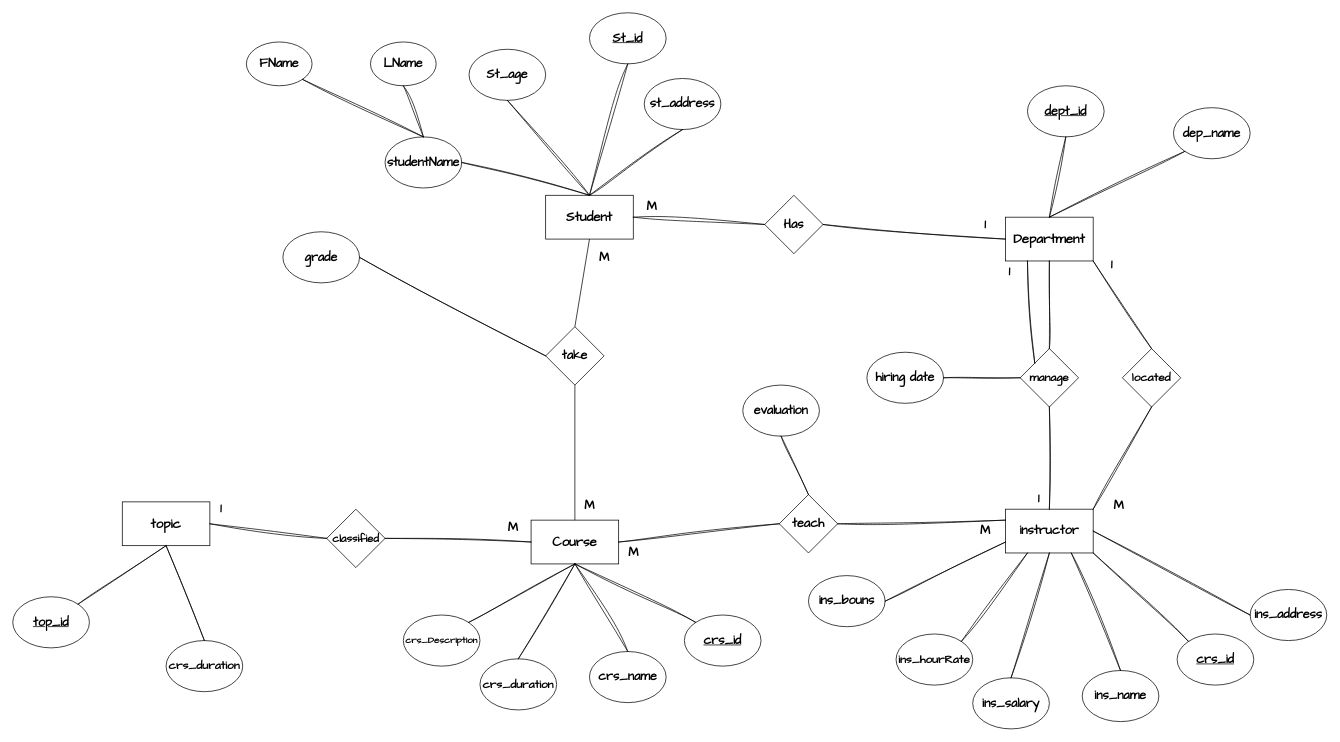
The draw.io diagram Erd1.drawio in you22ef/ERDs, before the edit. Source tidied: cells renumbered, new cells numbered last; positions are measured from the earlier drawing's top-left corner, leaving out a move shared by most shapes. Both pictures are drawn from the tidied source at 73%, with x=0, y=0 at pixel (12, 12).
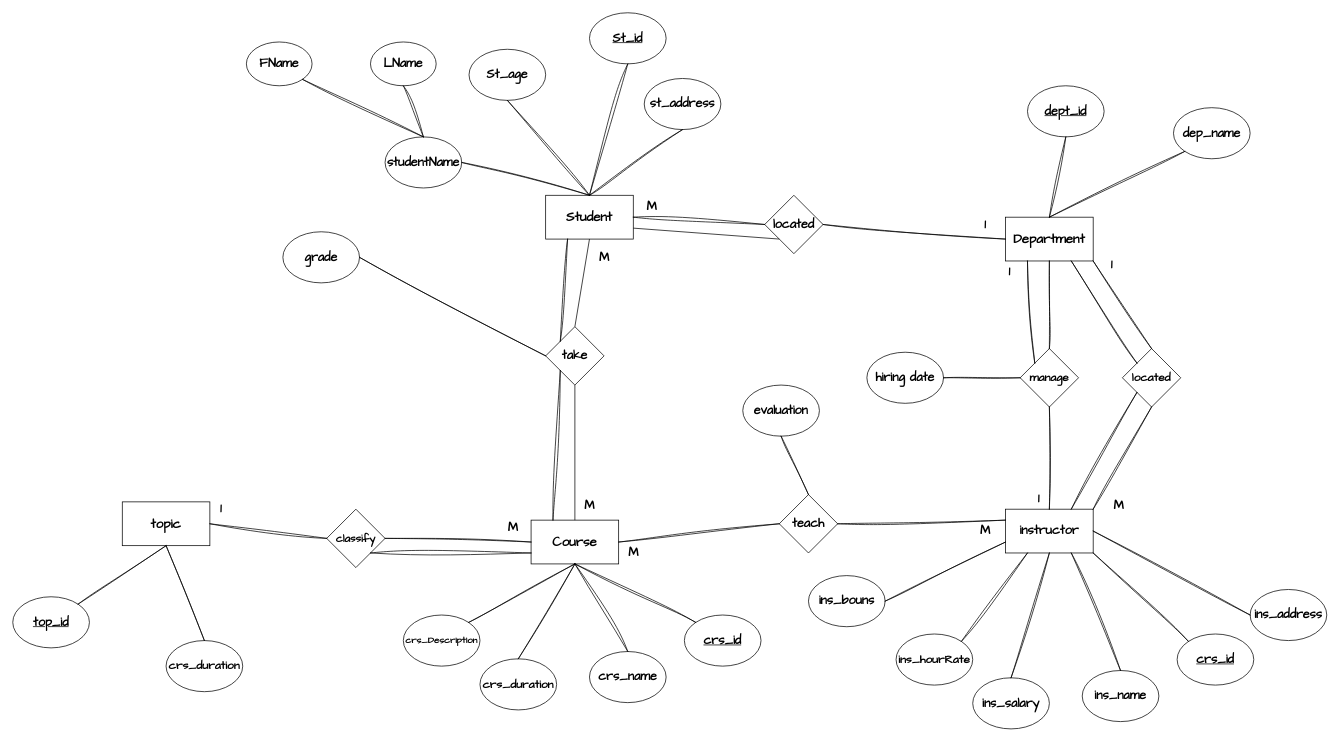
Above is the later version.

The change refers to these unchanged cells:
```xml
<mxCell id="2" value="&lt;font face=&quot;Architects Daughter&quot; style=&quot;font-size: 18px;&quot;&gt;&lt;b&gt;Student&lt;/b&gt;&lt;/font&gt;" style="rounded=0;whiteSpace=wrap;html=1;" parent="1" vertex="1">
  <mxGeometry x="730" y="250" width="120" height="60" as="geometry" />
</mxCell>
<mxCell id="3" value="&lt;font face=&quot;Architects Daughter&quot; style=&quot;font-size: 18px;&quot;&gt;&lt;b&gt;Department&lt;/b&gt;&lt;/font&gt;" style="rounded=0;whiteSpace=wrap;html=1;" parent="1" vertex="1">
  <mxGeometry x="1360" y="280" width="120" height="60" as="geometry" />
</mxCell>
<mxCell id="20" value="&lt;font face=&quot;Architects Daughter&quot; style=&quot;font-size: 18px;&quot;&gt;&lt;b&gt;Course&lt;/b&gt;&lt;/font&gt;" style="rounded=0;whiteSpace=wrap;html=1;" parent="1" vertex="1">
  <mxGeometry x="710" y="695" width="120" height="60" as="geometry" />
</mxCell>
<mxCell id="29" value="&lt;font face=&quot;Architects Daughter&quot; style=&quot;font-size: 17px;&quot;&gt;&lt;b&gt;take&lt;/b&gt;&lt;/font&gt;" style="rhombus;whiteSpace=wrap;html=1;" parent="1" vertex="1">
  <mxGeometry x="730" y="430" width="80" height="80" as="geometry" />
</mxCell>
<mxCell id="34" value="&lt;font face=&quot;Architects Daughter&quot; style=&quot;font-size: 17px;&quot;&gt;&lt;b&gt;instructor&lt;/b&gt;&lt;/font&gt;" style="rounded=0;whiteSpace=wrap;html=1;" parent="1" vertex="1">
  <mxGeometry x="1360" y="680" width="120" height="60" as="geometry" />
</mxCell>
<mxCell id="68" value="&lt;font face=&quot;Architects Daughter&quot;&gt;&lt;span style=&quot;font-size: 16px;&quot;&gt;&lt;b&gt;located&lt;/b&gt;&lt;/span&gt;&lt;/font&gt;" style="rhombus;whiteSpace=wrap;html=1;" parent="1" vertex="1">
  <mxGeometry x="1520" y="460" width="80" height="80" as="geometry" />
</mxCell>
```

Change to the diagram source:
```diff
@@
-    <mxCell id="61" value="&lt;font size=&quot;1&quot; face=&quot;Architects Daughter&quot; style=&quot;&quot;&gt;&lt;b style=&quot;font-size: 15px;&quot;&gt;classified&lt;/b&gt;&lt;/font&gt;" style="rhombus;whiteSpace=wrap;html=1;" parent="1" vertex="1">
+    <mxCell id="61" value="&lt;font size=&quot;1&quot; face=&quot;Architects Daughter&quot; style=&quot;&quot;&gt;&lt;b style=&quot;font-size: 15px;&quot;&gt;classify&lt;/b&gt;&lt;/font&gt;" style="rhombus;whiteSpace=wrap;html=1;" parent="1" vertex="1">
       <mxGeometry x="430" y="680" width="80" height="80" as="geometry" />
     </mxCell>
@@
-    <mxCell id="79" value="&lt;font face=&quot;Architects Daughter&quot; style=&quot;font-size: 17px;&quot;&gt;&lt;b&gt;Has&lt;/b&gt;&lt;/font&gt;" style="rhombus;whiteSpace=wrap;html=1;" parent="1" vertex="1">
+    <mxCell id="79" value="&lt;font face=&quot;Architects Daughter&quot; style=&quot;font-size: 17px;&quot;&gt;&lt;b&gt;located&lt;/b&gt;&lt;/font&gt;" style="rhombus;whiteSpace=wrap;html=1;" parent="1" vertex="1">
       <mxGeometry x="1030" y="250" width="80" height="80" as="geometry" />
     </mxCell>
@@
+    <mxCell id="84" style="endArrow=none;html=1;rounded=0;entryX=1;entryY=0.75;entryDx=0;entryDy=0;exitX=0;exitY=1;exitDx=0;exitDy=0;" parent="1" edge="1" source="79" target="2">
+      <mxGeometry relative="1" as="geometry" />
+    </mxCell>
+    <mxCell id="85" style="endArrow=none;html=1;rounded=0;entryX=0;entryY=1;entryDx=0;entryDy=0;exitX=0.75;exitY=0;exitDx=0;exitDy=0;sketch=1;curveFitting=1;jiggle=2;" parent="1" edge="1" source="34" target="68">
+      <mxGeometry relative="1" as="geometry" />
+    </mxCell>
+    <mxCell id="86" style="endArrow=none;html=1;rounded=0;entryX=0.75;entryY=1;entryDx=0;entryDy=0;exitX=0;exitY=0;exitDx=0;exitDy=0;sketch=1;curveFitting=1;jiggle=2;" parent="1" edge="1" source="68" target="3">
+      <mxGeometry relative="1" as="geometry" />
+    </mxCell>
+    <mxCell id="87" style="endArrow=none;html=1;rounded=0;entryX=0;entryY=0.75;entryDx=0;entryDy=0;exitX=1;exitY=1;exitDx=0;exitDy=0;sketch=1;curveFitting=1;jiggle=2;" parent="1" edge="1" source="61" target="20">
+      <mxGeometry relative="1" as="geometry" />
+    </mxCell>
+    <mxCell id="88" style="endArrow=none;html=1;rounded=0;entryX=0.25;entryY=1;entryDx=0;entryDy=0;exitX=0;exitY=0;exitDx=0;exitDy=0;sketch=1;curveFitting=1;jiggle=2;" parent="1" edge="1" source="29" target="2">
+      <mxGeometry relative="1" as="geometry" />
+    </mxCell>
+    <mxCell id="89" style="endArrow=none;html=1;rounded=0;entryX=0;entryY=1;entryDx=0;entryDy=0;exitX=0.25;exitY=0;exitDx=0;exitDy=0;sketch=1;curveFitting=1;jiggle=2;" parent="1" edge="1" source="20" target="29">
+      <mxGeometry relative="1" as="geometry" />
+    </mxCell>
```
